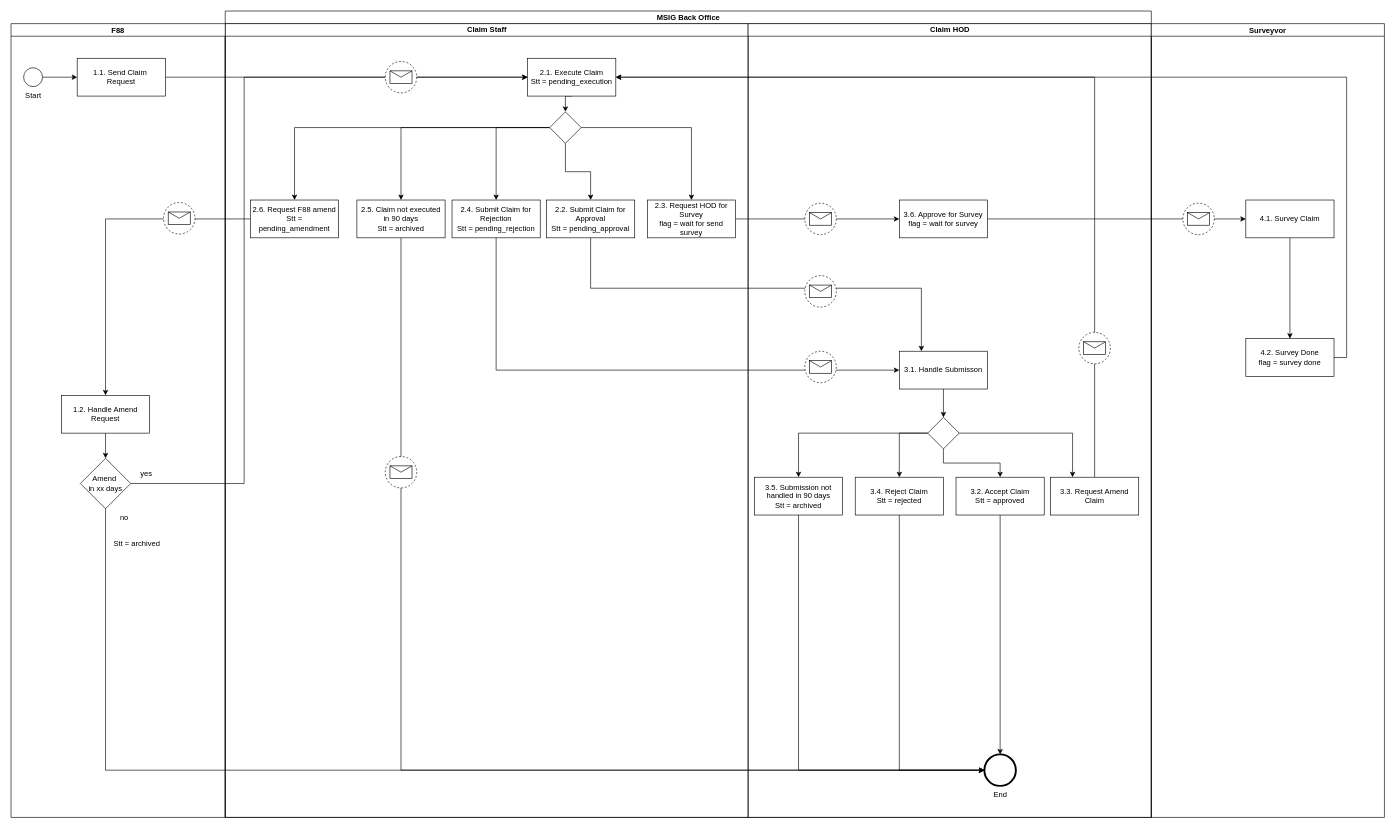
Chris-25/Book keeps this draw.io diagram as Copy of Untitled Diagram.drawio. Above is the earlier version. Source tidied: cells renumbered, new cells numbered last; positions are measured from the earlier drawing's top-left corner, leaving out a move shared by most shapes. Both pictures are drawn from the tidied source at 63%, with x=0, y=0 at pixel (11, 11).
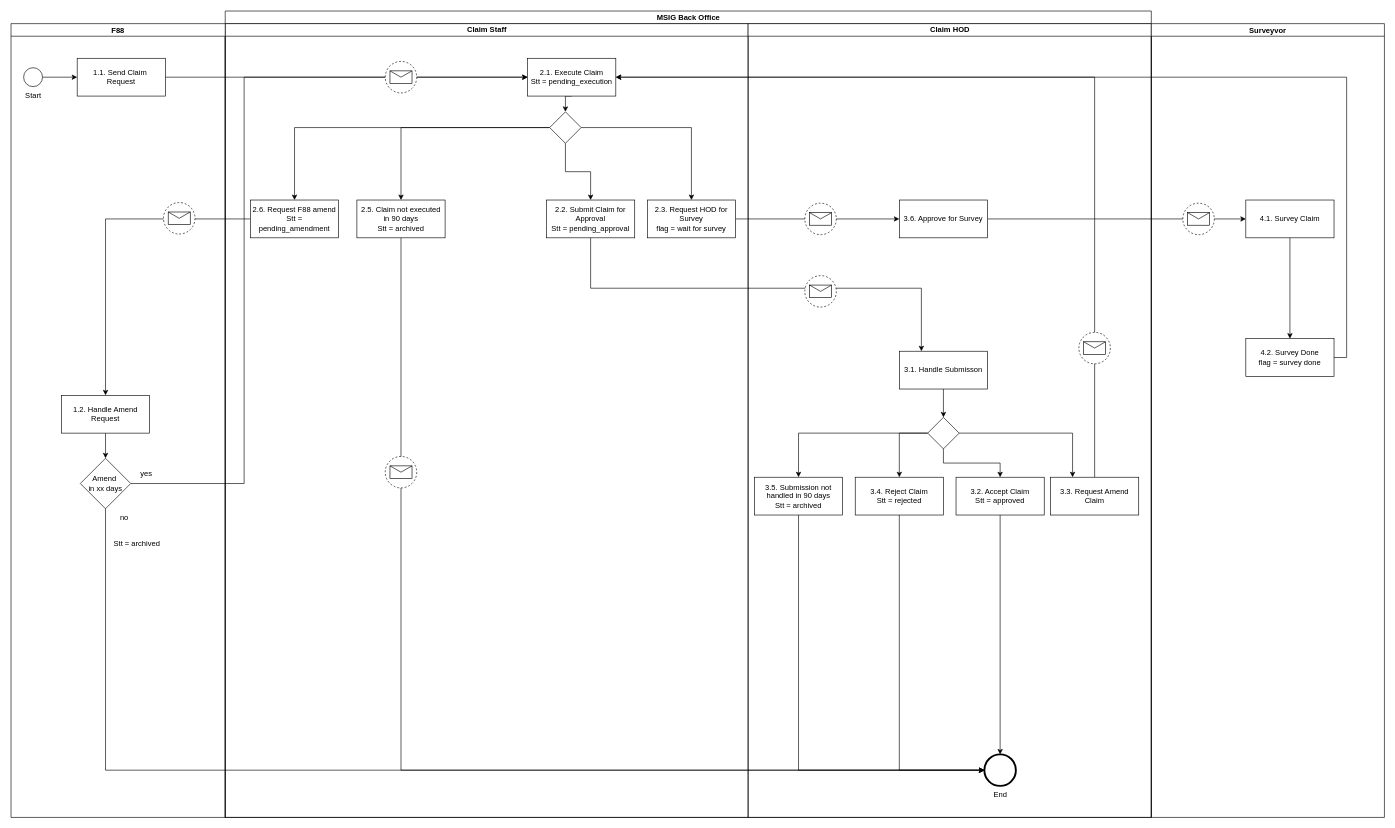
The same page after the edit.

Unchanged cells that the change refers to:
```xml
<mxCell id="6" value="MSIG Back Office" style="swimlane;html=1;startSize=20;" parent="1" vertex="1">
  <mxGeometry x="340" width="1470" height="1280" as="geometry" />
</mxCell>
<mxCell id="10" value="Claim Staff" style="swimlane;html=1;startSize=20;" parent="6" vertex="1">
  <mxGeometry y="20" width="830" height="1260" as="geometry" />
</mxCell>
<mxCell id="18" style="points=[[0.25,0.25,0],[0.5,0,0],[0.75,0.25,0],[1,0.5,0],[0.75,0.75,0],[0.5,1,0],[0.25,0.75,0],[0,0.5,0]];shape=mxgraph.bpmn.gateway2;html=1;verticalLabelPosition=bottom;labelBackgroundColor=#ffffff;verticalAlign=top;align=center;perimeter=rhombusPerimeter;outlineConnect=0;outline=none;symbol=none;" parent="10" vertex="1">
  <mxGeometry x="515" y="140" width="50" height="50" as="geometry" />
</mxCell>
<mxCell id="28" value="Claim HOD" style="swimlane;html=1;startSize=20;gradientColor=none;" parent="6" vertex="1">
  <mxGeometry x="830" y="20" width="640" height="1260" as="geometry" />
</mxCell>
<mxCell id="31" value="3.1. Handle Submisson" style="rounded=0;whiteSpace=wrap;html=1;" parent="28" vertex="1">
  <mxGeometry x="240" y="520" width="140" height="60" as="geometry" />
</mxCell>
```

Change to the diagram source:
```diff
@@
-    <mxCell id="17" style="edgeStyle=orthogonalEdgeStyle;rounded=0;jettySize=auto;html=1;exitX=0;exitY=0.5;exitDx=0;exitDy=0;exitPerimeter=0;entryX=0.5;entryY=0;entryDx=0;entryDy=0;" parent="10" edge="1" source="18" target="24">
-      <mxGeometry relative="1" as="geometry" />
-    </mxCell>
@@
-    <mxCell id="20" value="2.3. Request HOD for Survey&lt;br&gt;flag = wait for send survey" style="rounded=0;whiteSpace=wrap;html=1;" parent="10" vertex="1">
+    <mxCell id="20" value="2.3. Request HOD for Survey&lt;br&gt;flag = wait for survey" style="rounded=0;whiteSpace=wrap;html=1;" parent="10" vertex="1">
       <mxGeometry x="670" y="280" width="140" height="60" as="geometry" />
     </mxCell>
@@
-    <mxCell id="24" value="2.4. Submit Claim for Rejection&lt;br&gt;Stt = pending_rejection" style="rounded=0;whiteSpace=wrap;html=1;" parent="10" vertex="1">
-      <mxGeometry x="360" y="280" width="140" height="60" as="geometry" />
-    </mxCell>
@@
-    <mxCell id="27" style="edgeStyle=orthogonalEdgeStyle;rounded=0;jettySize=auto;html=1;exitX=0.5;exitY=1;exitDx=0;exitDy=0;entryX=0;entryY=0.5;entryDx=0;entryDy=0;" parent="6" edge="1" source="24" target="31">
-      <mxGeometry relative="1" as="geometry" />
-    </mxCell>
@@
-    <mxCell id="29" value="3.6. Approve for Survey&lt;br&gt;flag = wait for survey" style="rounded=0;whiteSpace=wrap;html=1;" parent="28" vertex="1">
+    <mxCell id="29" value="3.6. Approve for Survey" style="rounded=0;whiteSpace=wrap;html=1;" parent="28" vertex="1">
       <mxGeometry x="240" y="280" width="140" height="60" as="geometry" />
     </mxCell>
@@
-    <mxCell id="48" style="shape=mxgraph.bpmn.event;html=1;verticalLabelPosition=bottom;labelBackgroundColor=#ffffff;verticalAlign=top;align=center;perimeter=ellipsePerimeter;outline=eventNonint;symbol=message;" parent="28" vertex="1">
-      <mxGeometry x="90" y="520" width="50" height="50" as="geometry" />
-    </mxCell>
```
